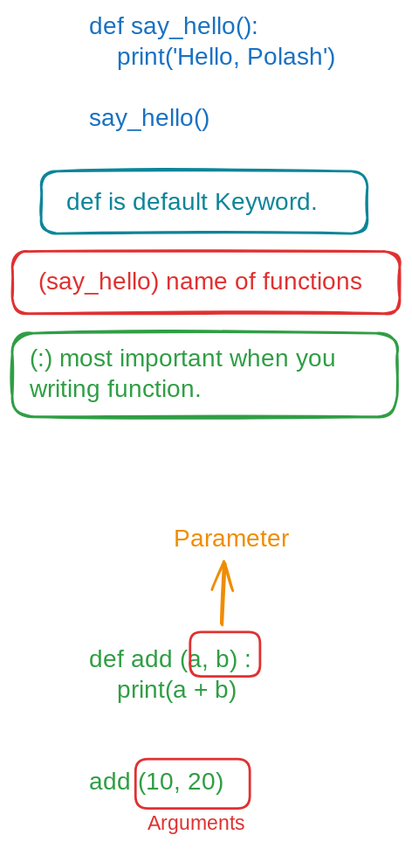
This is coding/functions.excalidraw.svg from Polash-Hemrom/Software_Engineering, a Excalidraw export, as it was before one commit. Source tidied: one line per element, renumbered; positions are measured from the earlier drawing's top-left corner, leaving out a move shared by most shapes.
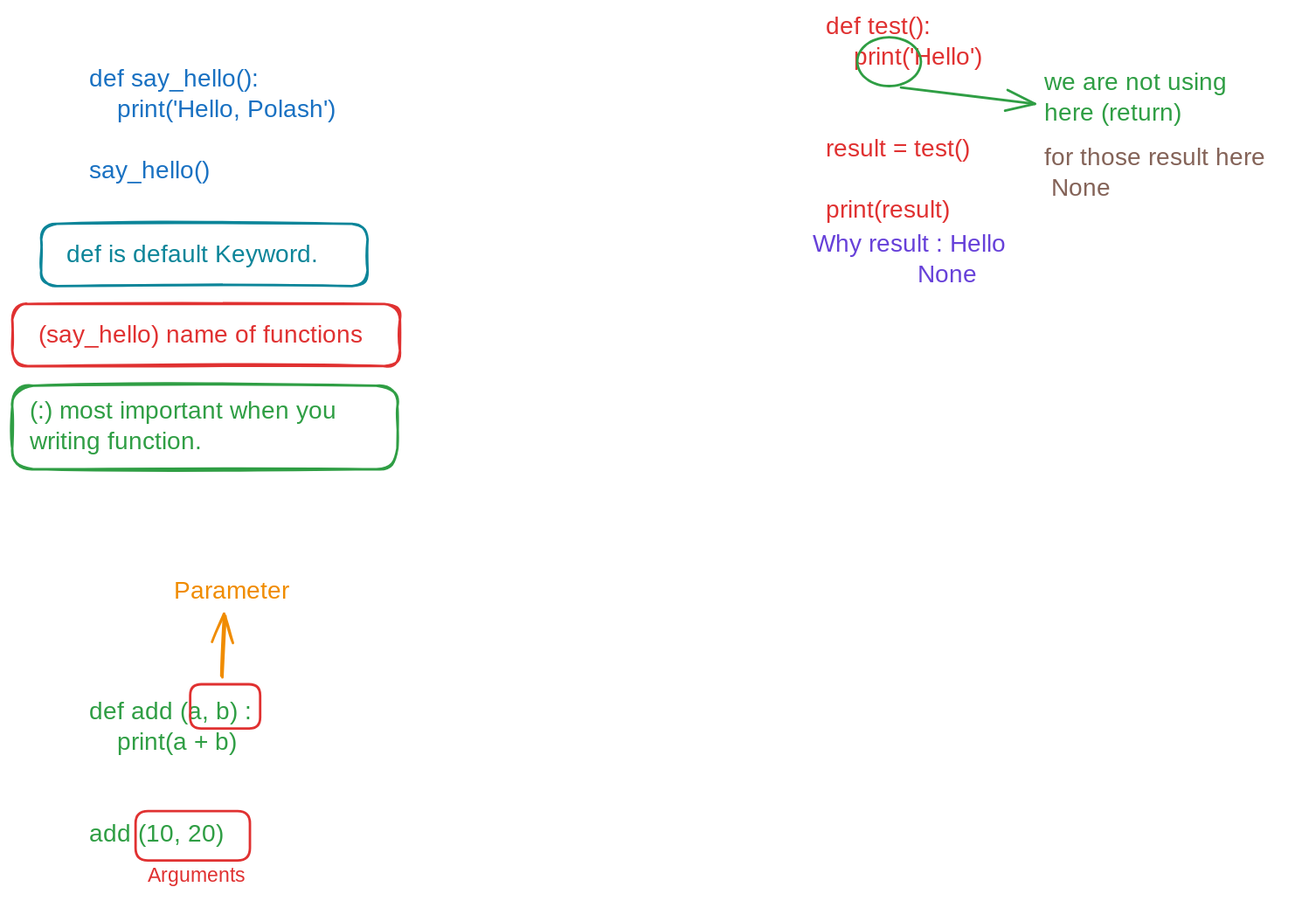
The same file after the commit.

Commit message:
Explain problem

What changed in the source:
```diff
@@ -11,3 +11,9 @@
 {"id": 10, "type": "arrow", "strokeColor": "#f08c00", "strokeWidth": 2, "roughness": 1, "endArrowhead": "arrow", "round": true, "from": 8, "to": 9, "x": 171, "y": 501, "width": 4, "height": 51, "points": [[0, 0], [4, -51]]}
 {"id": 11, "type": "rectangle", "strokeColor": "#e03131", "strokeWidth": 2, "roughness": 0, "round": true, "x": 101, "y": 610, "width": 94, "height": 40}
 {"id": 12, "type": "text", "text": "Arguments", "strokeColor": "#e03131", "strokeWidth": 2, "roughness": 0, "fontSize": 16.3, "fontFamily": 5, "x": 111, "y": 653, "width": 81, "height": 20}
+{"id": 13, "type": "text", "text": "def test():\n    print('Hello')\n\n\nresult = test()\n\nprint(result)", "strokeColor": "#e03131", "strokeWidth": 2, "roughness": 0, "fontSize": 20, "fontFamily": 5, "x": 665, "y": -43, "width": 146, "height": 175}
+{"id": 14, "type": "text", "text": "Why result : Hello\n               None", "strokeColor": "#6741d9", "strokeWidth": 2, "roughness": 0, "fontSize": 20, "fontFamily": 5, "x": 654, "y": 135, "width": 166, "height": 50}
+{"id": 15, "type": "ellipse", "strokeColor": "#2f9e44", "strokeWidth": 2, "roughness": 0, "round": true, "x": 691, "y": -23, "width": 52, "height": 40}
+{"id": 16, "type": "text", "text": "we are not using\nhere (return)", "strokeColor": "#2f9e44", "strokeWidth": 2, "roughness": 0, "fontSize": 20, "fontFamily": 5, "x": 844, "y": 3, "width": 181, "height": 50}
+{"id": 17, "type": "text", "text": "for those result here\n None", "strokeColor": "#846358", "strokeWidth": 2, "roughness": 0, "fontSize": 20, "fontFamily": 5, "x": 843, "y": 65, "width": 207, "height": 50}
+{"id": 18, "type": "arrow", "strokeColor": "#2f9e44", "strokeWidth": 2, "roughness": 0, "endArrowhead": "arrow", "round": true, "from": 15, "to": 16, "x": 727, "y": 18, "width": 109, "height": 13, "points": [[0, 0], [109, 13]]}
```
